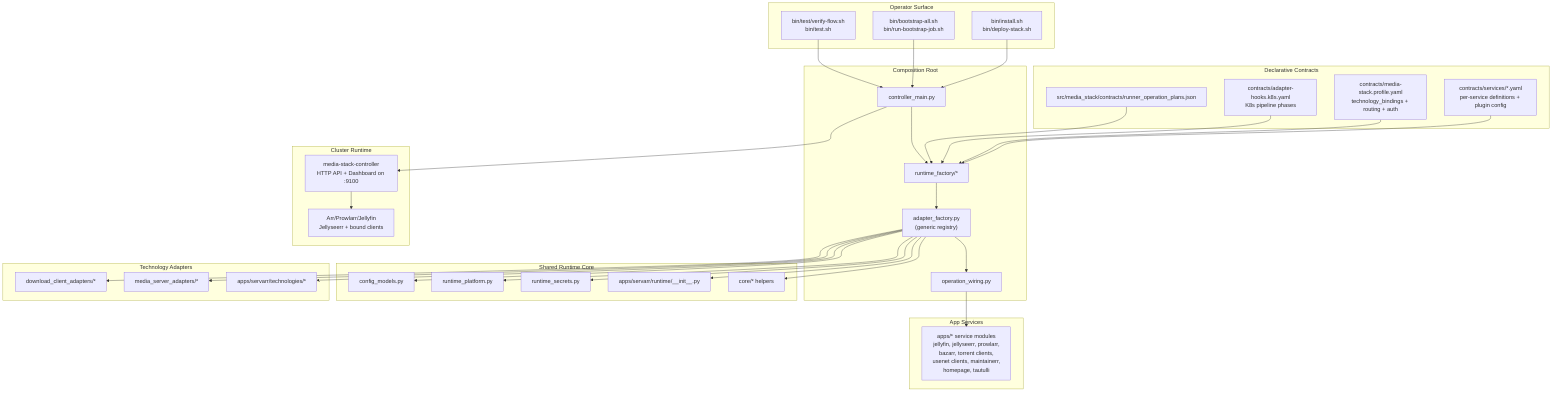
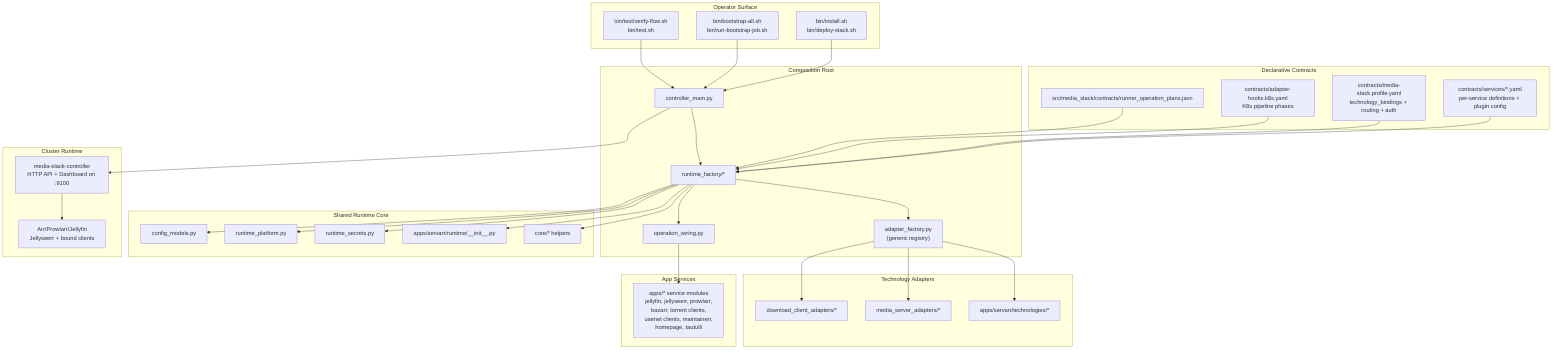
flowchart TD
  subgraph Operators[Operator Surface]
    SH1["bin/install.sh\nbin/deploy-stack.sh"]
    SH2["bin/bootstrap-all.sh\nbin/run-bootstrap-job.sh"]
    SH3["bin/test/verify-flow.sh\nbin/test.sh"]
  end

  subgraph Contracts[Declarative Contracts]
    SVC["contracts/services/*.yaml\nper-service definitions + plugin config"]
    PROF["contracts/media-stack.profile.yaml\ntechnology_bindings + routing + auth"]
    K8S["contracts/adapter-hooks.k8s.yaml\nK8s pipeline phases"]
    RPLAN["src/media_stack/contracts/runner_operation_plans.json"]
  end

  subgraph Entry[Composition Root]
    MAIN["controller_main.py"]
    RF["runtime_factory/*"]
    REG["adapter_factory.py\n(generic registry)"]
    WIRE["operation_wiring.py"]
  end

  subgraph Core[Shared Runtime Core]
    CFGM["config_models.py"]
    CORE_RT["runtime_platform.py"]
    CORE_SEC["runtime_secrets.py"]
    ARR["apps/servarr/runtime/__init__.py"]
    LIB["core/* helpers"]
  end

  subgraph Adapters[Technology Adapters]
    DL["download_client_adapters/*"]
    MS["media_server_adapters/*"]
    SA["apps/servarr/technologies/*"]
  end

  subgraph AppSvc[App Services]
    APPMOD["apps/* service modules\njellyfin, jellyseerr, prowlarr,\nbazarr, torrent clients,\nusenet clients, maintainerr,\nhomepage, tautulli"]
  end

  subgraph Runtime[Cluster Runtime]
    CTRL["media-stack-controller\nHTTP API + Dashboard on :9100"]
    APPS["Arr/Prowlarr/Jellyfin\nJellyseerr + bound clients"]
  end

  SH1 --> MAIN
  SH2 --> MAIN
  SH3 --> MAIN

  SVC --> RF
  PROF --> RF
  K8S --> RF
  RPLAN --> RF

-   MAIN --> RF --> REG --> WIRE
+   MAIN --> RF --> WIRE

-   REG --> CFGM
-   REG --> CORE_RT
-   REG --> CORE_SEC
-   REG --> ARR
-   REG --> LIB
+   RF --> CFGM
+   RF --> CORE_RT
+   RF --> CORE_SEC
+   RF --> ARR
+   RF --> LIB

  REG --> DL
  REG --> MS
  REG --> SA
+   RF --> REG

  WIRE --> APPMOD

  MAIN --> CTRL --> APPS
